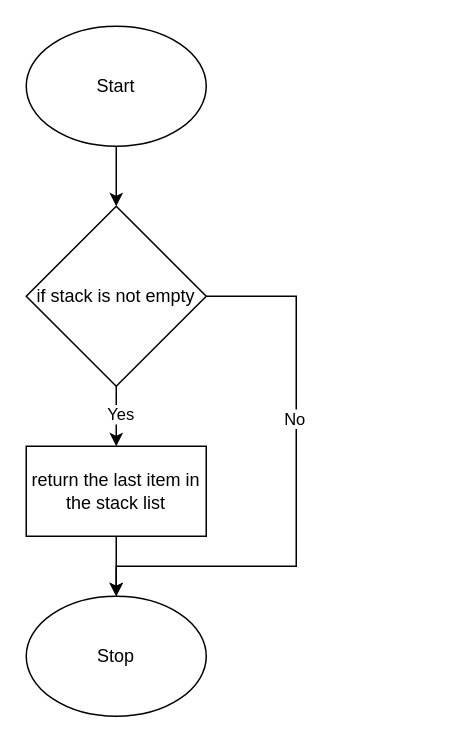
Earlier version of the draw.io diagram Design/Unit2-peek.drawio (dbcalitis/ics4u-unit2-03-typescript). Source tidied: cells renumbered, new cells numbered last; positions are measured from the earlier drawing's top-left corner, leaving out a move shared by most shapes. Both pictures are drawn from the tidied source at 150%, with x=0, y=0 at pixel (26, 26).
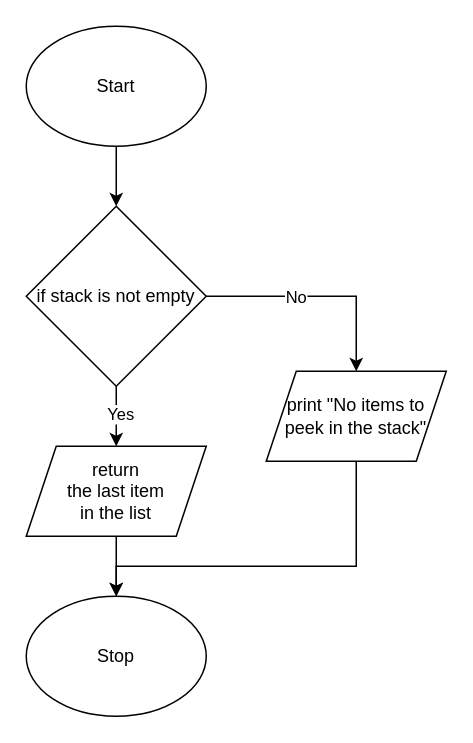
Above is the later version.

Change to the diagram source:
```diff
@@
 <mxGraphModel>
   <root>
     <mxCell id="0" />
     <mxCell id="1" parent="0" />
     <mxCell id="2" style="edgeStyle=none;html=1;exitX=0.5;exitY=1;exitDx=0;exitDy=0;" parent="1" edge="1" source="3" target="10">
       <mxGeometry relative="1" as="geometry" />
     </mxCell>
     <mxCell id="3" value="Start" style="ellipse;whiteSpace=wrap;html=1;" parent="1" vertex="1">
       <mxGeometry width="120" height="80" as="geometry" />
     </mxCell>
-    <mxCell id="4" style="edgeStyle=none;html=1;exitX=0.5;exitY=1;exitDx=0;exitDy=0;" parent="1" edge="1" source="5" target="11">
-      <mxGeometry relative="1" as="geometry" />
+    <mxCell id="4" style="edgeStyle=none;html=1;exitX=0.5;exitY=1;exitDx=0;exitDy=0;" parent="1" edge="1" target="11">
+      <mxGeometry relative="1" as="geometry">
+        <mxPoint x="60" y="340" as="sourcePoint" />
+      </mxGeometry>
     </mxCell>
-    <mxCell id="5" value="return the last item in the stack list" style="rounded=0;whiteSpace=wrap;html=1;" parent="1" vertex="1">
-      <mxGeometry y="280" width="120" height="60" as="geometry" />
-    </mxCell>
-    <mxCell id="6" style="edgeStyle=none;html=1;exitX=0.5;exitY=1;exitDx=0;exitDy=0;" parent="1" edge="1" source="10" target="5">
-      <mxGeometry relative="1" as="geometry" />
+    <mxCell id="6" style="edgeStyle=none;html=1;exitX=0.5;exitY=1;exitDx=0;exitDy=0;" parent="1" edge="1" source="10">
+      <mxGeometry relative="1" as="geometry">
+        <mxPoint x="60" y="280" as="targetPoint" />
+      </mxGeometry>
     </mxCell>
     <mxCell id="7" value="Yes" style="edgeLabel;html=1;align=center;verticalAlign=middle;" parent="6" vertex="1">
       <mxGeometry x="-0.12" y="2" relative="1" as="geometry" />
     </mxCell>
-    <mxCell id="8" style="edgeStyle=orthogonalEdgeStyle;html=1;exitX=1;exitY=0.5;exitDx=0;exitDy=0;entryX=0.5;entryY=0;entryDx=0;entryDy=0;rounded=0;" parent="1" edge="1" source="10" target="11">
-      <mxGeometry relative="1" as="geometry">
-        <Array as="points">
-          <mxPoint x="180" y="180" />
-          <mxPoint x="180" y="360" />
-          <mxPoint x="60" y="360" />
-        </Array>
-      </mxGeometry>
-    </mxCell>
+    <mxCell id="12" style="edgeStyle=orthogonalEdgeStyle;rounded=0;html=1;exitX=1;exitY=0.5;exitDx=0;exitDy=0;entryX=0.5;entryY=0;entryDx=0;entryDy=0;" parent="1" edge="1" source="10" target="15">
+      <mxGeometry relative="1" as="geometry" />
+    </mxCell>
-    <mxCell id="9" value="No" style="edgeLabel;html=1;align=center;verticalAlign=middle;" parent="8" vertex="1">
-      <mxGeometry x="-0.26" y="-2" relative="1" as="geometry" />
+    <mxCell id="9" value="No" style="edgeLabel;html=1;align=center;verticalAlign=middle;" parent="12" vertex="1">
+      <mxGeometry x="-0.22" relative="1" as="geometry" />
     </mxCell>
     <mxCell id="10" value="if stack is not empty" style="rhombus;whiteSpace=wrap;html=1;" parent="1" vertex="1">
       <mxGeometry y="120" width="120" height="120" as="geometry" />
     </mxCell>
     <mxCell id="11" value="Stop" style="ellipse;whiteSpace=wrap;html=1;" parent="1" vertex="1">
       <mxGeometry y="380" width="120" height="80" as="geometry" />
     </mxCell>
+    <mxCell id="13" value="return &lt;br&gt;the last item &lt;br&gt;in the list" style="shape=parallelogram;perimeter=parallelogramPerimeter;whiteSpace=wrap;html=1;fixedSize=1;" parent="1" vertex="1">
+      <mxGeometry y="280" width="120" height="60" as="geometry" />
+    </mxCell>
+    <mxCell id="14" style="edgeStyle=orthogonalEdgeStyle;rounded=0;html=1;exitX=0.5;exitY=1;exitDx=0;exitDy=0;" parent="1" edge="1" source="15" target="11">
+      <mxGeometry relative="1" as="geometry">
+        <Array as="points">
+          <mxPoint x="220" y="360" />
+          <mxPoint x="60" y="360" />
+        </Array>
+      </mxGeometry>
+    </mxCell>
+    <mxCell id="15" value="print &quot;No items to peek in the stack&quot;" style="shape=parallelogram;perimeter=parallelogramPerimeter;whiteSpace=wrap;html=1;fixedSize=1;" parent="1" vertex="1">
+      <mxGeometry x="160" y="230" width="120" height="60" as="geometry" />
+    </mxCell>
   </root>
 </mxGraphModel>
```
